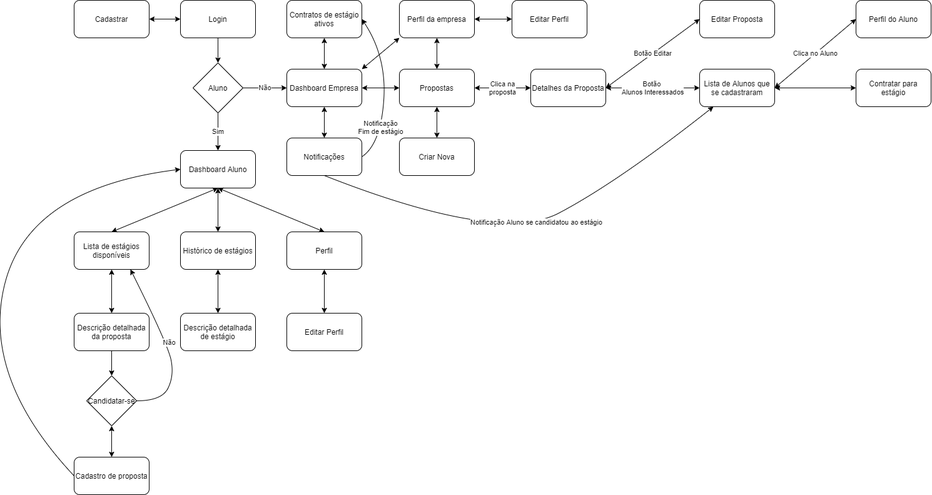
Above: analise/flowchart.png in ewertonhm/MBGE (draw.io), before the change. Source tidied: cells renumbered, new cells last; positions are measured from the earlier drawing's top-left corner, leaving out a move shared by most shapes.
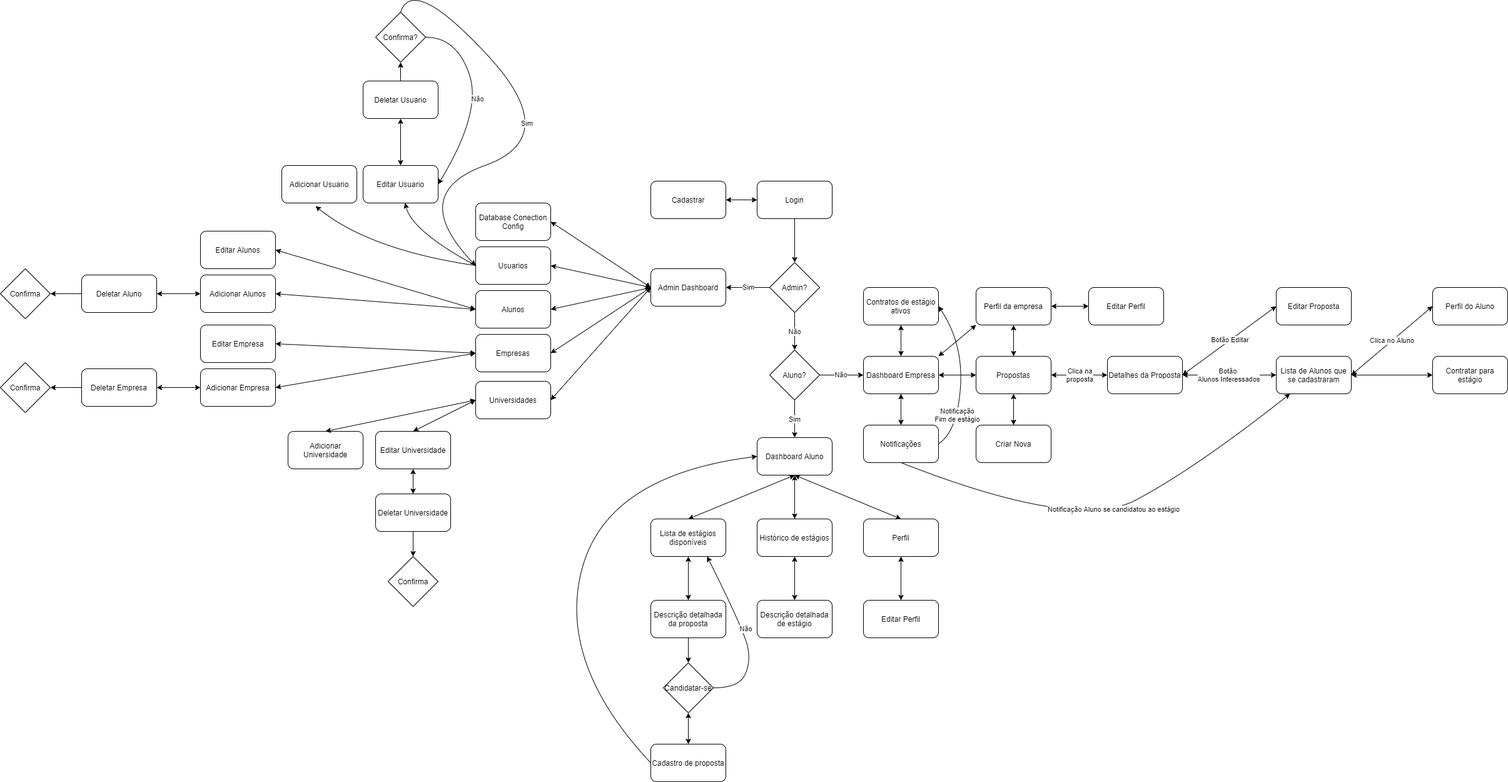
The same file after the commit.

Change to the diagram source:
```diff
@@ -3,20 +3,17 @@
     <mxCell id="0" />
     <mxCell id="1" parent="0" />
     <mxCell id="2" value="Login" style="rounded=1;whiteSpace=wrap;html=1;" parent="1" vertex="1">
-      <mxGeometry x="320" width="120" height="60" as="geometry" />
+      <mxGeometry x="320" y="-170" width="120" height="60" as="geometry" />
     </mxCell>
     <mxCell id="3" value="Cadastrar" style="rounded=1;whiteSpace=wrap;html=1;" parent="1" vertex="1">
-      <mxGeometry x="150" width="120" height="60" as="geometry" />
+      <mxGeometry x="150" y="-170" width="120" height="60" as="geometry" />
     </mxCell>
     <mxCell id="4" style="endArrow=classic;startArrow=classic;html=1;exitX=1;exitY=0.5;exitDx=0;exitDy=0;entryX=0;entryY=0.5;entryDx=0;entryDy=0;" parent="1" edge="1" source="3" target="2">
       <mxGeometry relative="1" as="geometry" />
     </mxCell>
-    <mxCell id="5" value="Aluno" style="rhombus;whiteSpace=wrap;html=1;" parent="1" vertex="1">
+    <mxCell id="5" value="Aluno?" style="rhombus;whiteSpace=wrap;html=1;" parent="1" vertex="1">
       <mxGeometry x="340" y="100" width="80" height="80" as="geometry" />
     </mxCell>
-    <mxCell id="6" style="endArrow=classic;html=1;exitX=0.5;exitY=1;exitDx=0;exitDy=0;entryX=0.5;entryY=0;entryDx=0;entryDy=0;" parent="1" edge="1" source="2" target="5">
-      <mxGeometry relative="1" as="geometry" />
-    </mxCell>
     <mxCell id="7" value="Sim" style="endArrow=classic;html=1;exitX=0.5;exitY=1;exitDx=0;exitDy=0;entryX=0.5;entryY=0;entryDx=0;entryDy=0;" parent="1" edge="1" source="5" target="8">
       <mxGeometry relative="1" as="geometry" />
     </mxCell>
@@ -192,5 +189,176 @@
         <mxPoint y="-1" as="offset" />
       </mxGeometry>
     </mxCell>
+    <mxCell id="57" value="Admin?" style="rhombus;whiteSpace=wrap;html=1;" parent="1" vertex="1">
+      <mxGeometry x="340" y="-40" width="80" height="80" as="geometry" />
+    </mxCell>
+    <mxCell id="58" style="endArrow=classic;html=1;exitX=0.5;exitY=1;exitDx=0;exitDy=0;" parent="1" edge="1" source="2" target="57">
+      <mxGeometry relative="1" as="geometry" />
+    </mxCell>
+    <mxCell id="59" value="Não" style="endArrow=classic;html=1;exitX=0.5;exitY=1;exitDx=0;exitDy=0;" parent="1" edge="1" source="57" target="5">
+      <mxGeometry relative="1" as="geometry" />
+    </mxCell>
+    <mxCell id="60" value="Admin Dashboard" style="rounded=1;whiteSpace=wrap;html=1;" parent="1" vertex="1">
+      <mxGeometry x="150" y="-30" width="120" height="60" as="geometry" />
+    </mxCell>
+    <mxCell id="61" value="Sim" style="endArrow=classic;html=1;entryX=1;entryY=0.5;entryDx=0;entryDy=0;" parent="1" edge="1" source="57" target="60">
+      <mxGeometry relative="1" as="geometry" />
+    </mxCell>
+    <mxCell id="62" value="Database Conection Config" style="rounded=1;whiteSpace=wrap;html=1;" parent="1" vertex="1">
+      <mxGeometry x="-130" y="-135" width="120" height="60" as="geometry" />
+    </mxCell>
+    <mxCell id="63" value="Usuarios" style="rounded=1;whiteSpace=wrap;html=1;" parent="1" vertex="1">
+      <mxGeometry x="-130" y="-65" width="120" height="60" as="geometry" />
+    </mxCell>
+    <mxCell id="64" value="Alunos" style="rounded=1;whiteSpace=wrap;html=1;" parent="1" vertex="1">
+      <mxGeometry x="-130" y="5" width="120" height="60" as="geometry" />
+    </mxCell>
+    <mxCell id="65" value="Empresas" style="rounded=1;whiteSpace=wrap;html=1;" parent="1" vertex="1">
+      <mxGeometry x="-130" y="75" width="120" height="60" as="geometry" />
+    </mxCell>
+    <mxCell id="66" style="endArrow=classic;startArrow=classic;html=1;entryX=0;entryY=0.5;entryDx=0;entryDy=0;exitX=1;exitY=0.5;exitDx=0;exitDy=0;" parent="1" edge="1" source="62" target="60">
+      <mxGeometry relative="1" as="geometry" />
+    </mxCell>
+    <mxCell id="67" style="endArrow=classic;startArrow=classic;html=1;entryX=0;entryY=0.5;entryDx=0;entryDy=0;exitX=1;exitY=0.5;exitDx=0;exitDy=0;" parent="1" edge="1" source="63" target="60">
+      <mxGeometry relative="1" as="geometry" />
+    </mxCell>
+    <mxCell id="68" style="endArrow=classic;startArrow=classic;html=1;exitX=1;exitY=0.5;exitDx=0;exitDy=0;" parent="1" edge="1" source="64">
+      <mxGeometry relative="1" as="geometry">
+        <mxPoint x="151" as="targetPoint" />
+      </mxGeometry>
+    </mxCell>
+    <mxCell id="69" style="endArrow=classic;startArrow=classic;html=1;entryX=0;entryY=0.5;entryDx=0;entryDy=0;exitX=1;exitY=0.5;exitDx=0;exitDy=0;" parent="1" edge="1" source="65" target="60">
+      <mxGeometry relative="1" as="geometry" />
+    </mxCell>
+    <mxCell id="70" value="Universidades" style="rounded=1;whiteSpace=wrap;html=1;" parent="1" vertex="1">
+      <mxGeometry x="-130" y="150" width="120" height="60" as="geometry" />
+    </mxCell>
+    <mxCell id="71" style="endArrow=classic;startArrow=classic;html=1;entryX=0;entryY=0.5;entryDx=0;entryDy=0;exitX=1;exitY=0.5;exitDx=0;exitDy=0;" parent="1" edge="1" source="70" target="60">
+      <mxGeometry relative="1" as="geometry" />
+    </mxCell>
+    <mxCell id="72" value="Editar Usuario" style="rounded=1;whiteSpace=wrap;html=1;" parent="1" vertex="1">
+      <mxGeometry x="-310" y="-195" width="120" height="60" as="geometry" />
+    </mxCell>
+    <mxCell id="73" value="Adicionar Usuario" style="rounded=1;whiteSpace=wrap;html=1;" parent="1" vertex="1">
+      <mxGeometry x="-440" y="-195" width="120" height="60" as="geometry" />
+    </mxCell>
+    <mxCell id="74" style="curved=1;endArrow=classic;html=1;exitX=0;exitY=0.5;exitDx=0;exitDy=0;" parent="1" edge="1" source="63" target="72">
+      <mxGeometry relative="1" as="geometry">
+        <Array as="points">
+          <mxPoint x="-232" y="-90" />
+        </Array>
+      </mxGeometry>
+    </mxCell>
+    <mxCell id="75" style="curved=1;endArrow=classic;html=1;exitX=0;exitY=0.5;exitDx=0;exitDy=0;entryX=0.45;entryY=1.083;entryDx=0;entryDy=0;entryPerimeter=0;" parent="1" edge="1" source="63" target="73">
+      <mxGeometry relative="1" as="geometry">
+        <Array as="points">
+          <mxPoint x="-300" y="-60" />
+        </Array>
+      </mxGeometry>
+    </mxCell>
+    <mxCell id="76" value="Editar Alunos" style="rounded=1;whiteSpace=wrap;html=1;" parent="1" vertex="1">
+      <mxGeometry x="-570" y="-90" width="120" height="60" as="geometry" />
+    </mxCell>
+    <mxCell id="77" value="Adicionar Alunos" style="rounded=1;whiteSpace=wrap;html=1;" parent="1" vertex="1">
+      <mxGeometry x="-570" y="-20" width="120" height="60" as="geometry" />
+    </mxCell>
+    <mxCell id="78" style="endArrow=classic;startArrow=classic;html=1;entryX=0;entryY=0.5;entryDx=0;entryDy=0;exitX=1;exitY=0.5;exitDx=0;exitDy=0;" parent="1" edge="1" source="76" target="64">
+      <mxGeometry relative="1" as="geometry" />
+    </mxCell>
+    <mxCell id="79" style="endArrow=classic;startArrow=classic;html=1;entryX=0;entryY=0.5;entryDx=0;entryDy=0;exitX=1;exitY=0.5;exitDx=0;exitDy=0;" parent="1" edge="1" source="77" target="64">
+      <mxGeometry relative="1" as="geometry" />
+    </mxCell>
+    <mxCell id="80" style="endArrow=classic;startArrow=classic;html=1;exitX=0.5;exitY=0;exitDx=0;exitDy=0;" parent="1" edge="1" source="72" target="81">
+      <mxGeometry relative="1" as="geometry" />
+    </mxCell>
+    <mxCell id="81" value="Deletar Usuario" style="rounded=1;whiteSpace=wrap;html=1;" parent="1" vertex="1">
+      <mxGeometry x="-310" y="-330" width="120" height="60" as="geometry" />
+    </mxCell>
+    <mxCell id="82" value="Confirma?" style="rhombus;whiteSpace=wrap;html=1;" parent="1" vertex="1">
+      <mxGeometry x="-290" y="-440" width="80" height="80" as="geometry" />
+    </mxCell>
+    <mxCell id="83" style="endArrow=classic;html=1;exitX=0.5;exitY=0;exitDx=0;exitDy=0;" parent="1" edge="1" source="81" target="82">
+      <mxGeometry relative="1" as="geometry" />
+    </mxCell>
+    <mxCell id="84" value="Não" style="curved=1;endArrow=classic;html=1;exitX=1;exitY=0.5;exitDx=0;exitDy=0;entryX=1;entryY=0.5;entryDx=0;entryDy=0;" parent="1" edge="1" source="82" target="72">
+      <mxGeometry relative="1" as="geometry">
+        <Array as="points">
+          <mxPoint x="-160" y="-400" />
+          <mxPoint x="-120" y="-280" />
+        </Array>
+      </mxGeometry>
+    </mxCell>
+    <mxCell id="85" style="curved=1;endArrow=classic;html=1;entryX=0;entryY=0.5;entryDx=0;entryDy=0;exitX=0.5;exitY=0;exitDx=0;exitDy=0;" parent="1" edge="1" source="82" target="63">
+      <mxGeometry relative="1" as="geometry">
+        <Array as="points">
+          <mxPoint x="-230" y="-500" />
+          <mxPoint x="10" y="-240" />
+          <mxPoint x="-240" y="-150" />
+        </Array>
+      </mxGeometry>
+    </mxCell>
+    <mxCell id="86" value="Sim" style="edgeLabel;html=1;align=center;verticalAlign=middle;" parent="85" vertex="1">
+      <mxGeometry x="-0.14" y="-28" relative="1" as="geometry" />
+    </mxCell>
+    <mxCell id="87" value="Deletar Aluno" style="rounded=1;whiteSpace=wrap;html=1;" parent="1" vertex="1">
+      <mxGeometry x="-760" y="-20" width="120" height="60" as="geometry" />
+    </mxCell>
+    <mxCell id="88" style="endArrow=classic;startArrow=classic;html=1;exitX=1;exitY=0.5;exitDx=0;exitDy=0;entryX=0;entryY=0.5;entryDx=0;entryDy=0;" parent="1" edge="1" source="87" target="77">
+      <mxGeometry relative="1" as="geometry" />
+    </mxCell>
+    <mxCell id="89" value="Editar Empresa" style="rounded=1;whiteSpace=wrap;html=1;" parent="1" vertex="1">
+      <mxGeometry x="-570" y="60" width="120" height="60" as="geometry" />
+    </mxCell>
+    <mxCell id="90" value="Adicionar Empresa" style="rounded=1;whiteSpace=wrap;html=1;" parent="1" vertex="1">
+      <mxGeometry x="-570" y="130" width="120" height="60" as="geometry" />
+    </mxCell>
+    <mxCell id="91" value="Deletar Empresa" style="rounded=1;whiteSpace=wrap;html=1;" parent="1" vertex="1">
+      <mxGeometry x="-760" y="130" width="120" height="60" as="geometry" />
+    </mxCell>
+    <mxCell id="92" style="endArrow=classic;startArrow=classic;html=1;exitX=1;exitY=0.5;exitDx=0;exitDy=0;entryX=0;entryY=0.5;entryDx=0;entryDy=0;" parent="1" edge="1" source="91" target="90">
+      <mxGeometry relative="1" as="geometry" />
+    </mxCell>
+    <mxCell id="93" value="Editar Universidade" style="rounded=1;whiteSpace=wrap;html=1;" parent="1" vertex="1">
+      <mxGeometry x="-290" y="230" width="120" height="60" as="geometry" />
+    </mxCell>
+    <mxCell id="94" value="Adicionar Universidade" style="rounded=1;whiteSpace=wrap;html=1;" parent="1" vertex="1">
+      <mxGeometry x="-430" y="230" width="120" height="60" as="geometry" />
+    </mxCell>
+    <mxCell id="95" value="Deletar Universidade" style="rounded=1;whiteSpace=wrap;html=1;" parent="1" vertex="1">
+      <mxGeometry x="-290" y="330" width="120" height="60" as="geometry" />
+    </mxCell>
+    <mxCell id="96" style="endArrow=classic;startArrow=classic;html=1;entryX=0;entryY=0.5;entryDx=0;entryDy=0;exitX=1;exitY=0.5;exitDx=0;exitDy=0;" parent="1" edge="1" source="89" target="65">
+      <mxGeometry relative="1" as="geometry" />
+    </mxCell>
+    <mxCell id="97" style="endArrow=classic;startArrow=classic;html=1;entryX=0;entryY=0.5;entryDx=0;entryDy=0;exitX=1;exitY=0.5;exitDx=0;exitDy=0;" parent="1" edge="1" source="90" target="65">
+      <mxGeometry relative="1" as="geometry" />
+    </mxCell>
+    <mxCell id="98" style="endArrow=classic;startArrow=classic;html=1;entryX=0;entryY=0.5;entryDx=0;entryDy=0;exitX=0.5;exitY=0;exitDx=0;exitDy=0;" parent="1" edge="1" source="94" target="70">
+      <mxGeometry relative="1" as="geometry" />
+    </mxCell>
+    <mxCell id="99" style="endArrow=classic;startArrow=classic;html=1;entryX=0;entryY=0.5;entryDx=0;entryDy=0;exitX=0.5;exitY=0;exitDx=0;exitDy=0;" parent="1" edge="1" source="93" target="70">
+      <mxGeometry relative="1" as="geometry" />
+    </mxCell>
+    <mxCell id="100" style="endArrow=classic;startArrow=classic;html=1;entryX=0.5;entryY=1;entryDx=0;entryDy=0;exitX=0.5;exitY=0;exitDx=0;exitDy=0;" parent="1" edge="1" source="95" target="93">
+      <mxGeometry relative="1" as="geometry" />
+    </mxCell>
+    <mxCell id="101" value="Confirma" style="rhombus;whiteSpace=wrap;html=1;" parent="1" vertex="1">
+      <mxGeometry x="-890" y="-30" width="80" height="80" as="geometry" />
+    </mxCell>
+    <mxCell id="102" value="Confirma" style="rhombus;whiteSpace=wrap;html=1;" parent="1" vertex="1">
+      <mxGeometry x="-890" y="120" width="80" height="80" as="geometry" />
+    </mxCell>
+    <mxCell id="103" style="endArrow=classic;html=1;entryX=1;entryY=0.5;entryDx=0;entryDy=0;exitX=0;exitY=0.5;exitDx=0;exitDy=0;" parent="1" edge="1" source="87" target="101">
+      <mxGeometry relative="1" as="geometry" />
+    </mxCell>
+    <mxCell id="104" style="endArrow=classic;html=1;entryX=1;entryY=0.5;entryDx=0;entryDy=0;exitX=0;exitY=0.5;exitDx=0;exitDy=0;" parent="1" edge="1" source="91" target="102">
+      <mxGeometry relative="1" as="geometry" />
+    </mxCell>
+    <mxCell id="105" value="Confirma" style="rhombus;whiteSpace=wrap;html=1;" parent="1" vertex="1">
+      <mxGeometry x="-270" y="430" width="80" height="80" as="geometry" />
+    </mxCell>
+    <mxCell id="106" style="endArrow=classic;html=1;exitX=0.5;exitY=1;exitDx=0;exitDy=0;entryX=0.5;entryY=0;entryDx=0;entryDy=0;" parent="1" edge="1" source="95" target="105">
+      <mxGeometry relative="1" as="geometry" />
+    </mxCell>
   </root>
 </mxGraphModel>
```
